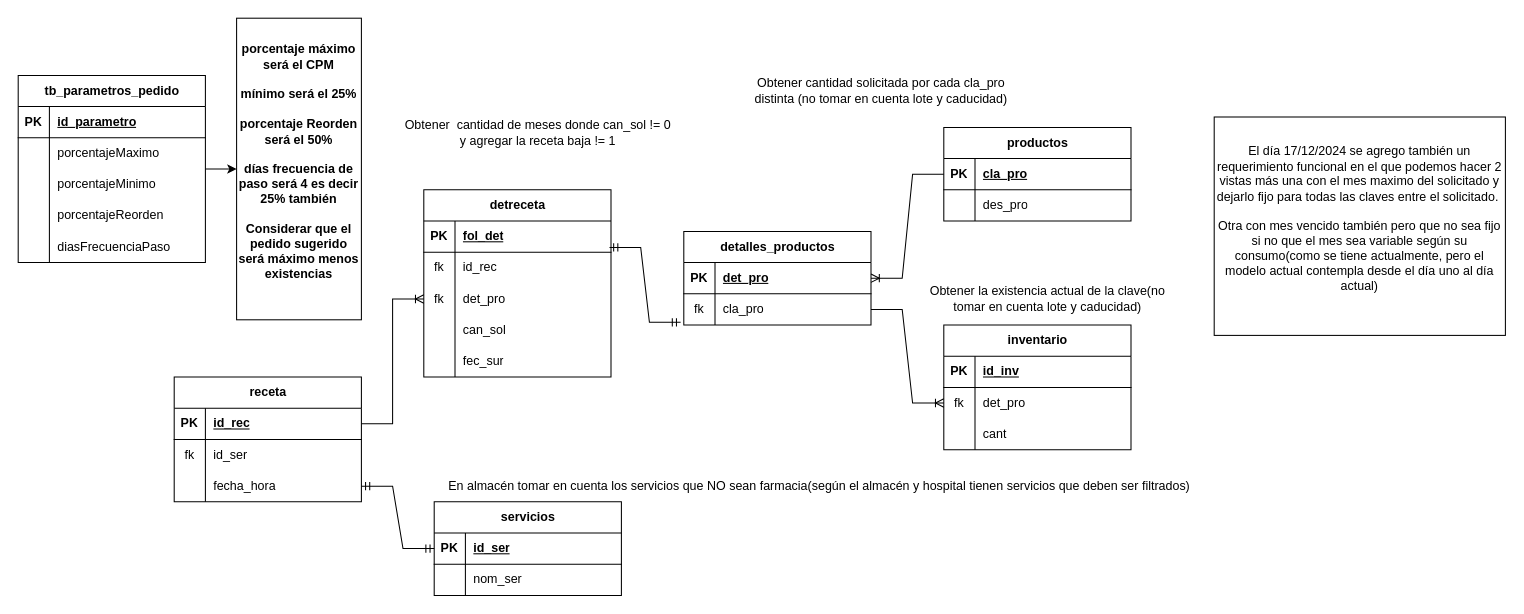
This is CPM_Models.drawio from ErnestoDanielTafoyaMolinaCYM/clases-cat-cym, a draw.io file, before an edit. Source tidied: cells renumbered, new cells numbered last; positions are measured from the earlier drawing's top-left corner, leaving out a move shared by most shapes. Both pictures are drawn from the tidied source at 104%, with x=0, y=0 at pixel (18, 18).
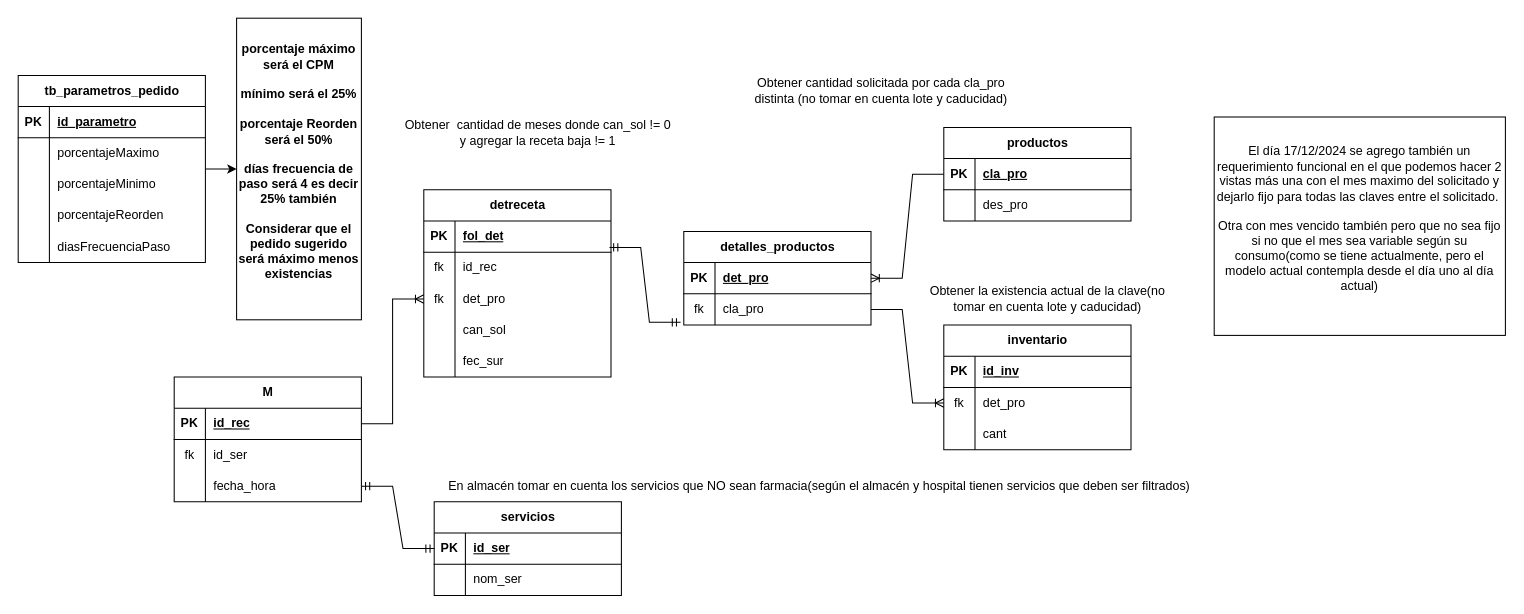
The same page after the edit.

The edit, as a diff of the source:
```diff
@@
-    <mxCell id="2" value="receta" style="shape=table;startSize=30;childLayout=tableLayout;rowLines=0;fontStyle=1;align=center;html=1;" parent="1" vertex="1">
+    <mxCell id="2" value="M" style="shape=table;startSize=30;childLayout=tableLayout;rowLines=0;fontStyle=1;align=center;html=1;" parent="1" vertex="1">
       <mxGeometry x="150" y="345" width="180" height="120" as="geometry" />
     </mxCell>
```
